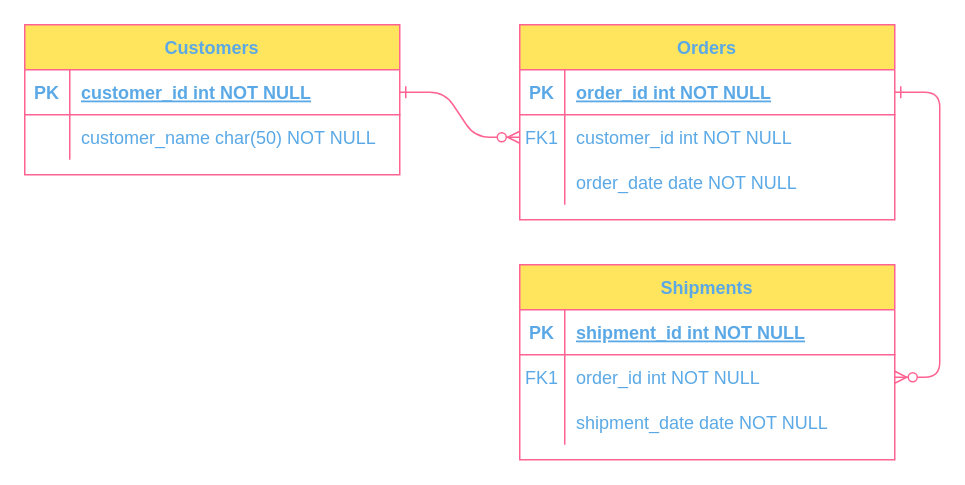
This is Untitled Diagram.drawio from Kumarabh/entity-relationships-diagram, a draw.io file, before an edit. Source tidied: cells renumbered, new cells numbered last; positions are measured from the earlier drawing's top-left corner, leaving out a move shared by most shapes. Both pictures are drawn from the tidied source at 150%, with x=0, y=0 at pixel (24, 24).
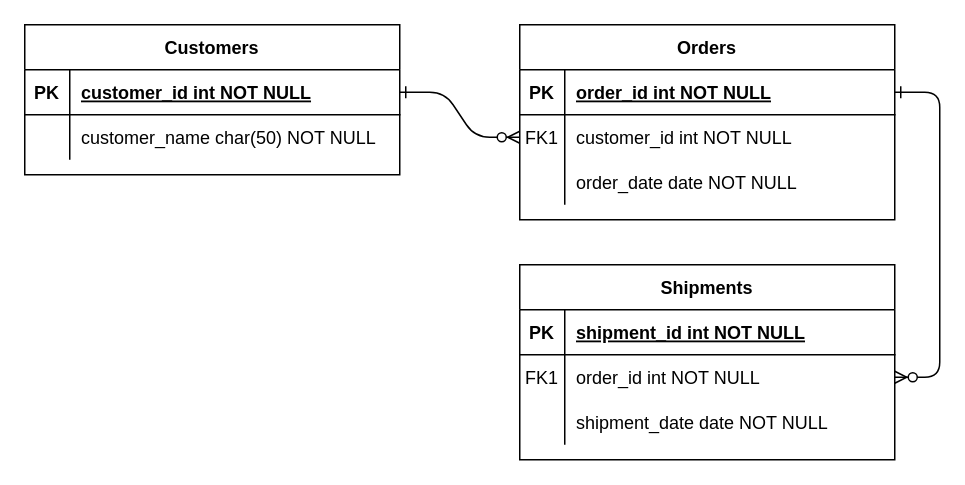
Above is the later version.

What changed in the source:
```diff
@@
-    <mxCell id="2" style="edgeStyle=entityRelationEdgeStyle;endArrow=ERzeroToMany;startArrow=ERone;endFill=1;startFill=0;labelBackgroundColor=none;strokeColor=#FF6392;fontColor=default;" parent="1" edge="1" source="25" target="8">
+    <mxCell id="2" style="edgeStyle=entityRelationEdgeStyle;endArrow=ERzeroToMany;startArrow=ERone;endFill=1;startFill=0;" parent="1" edge="1" source="25" target="8">
       <mxGeometry relative="1" as="geometry" />
     </mxCell>
-    <mxCell id="3" style="edgeStyle=entityRelationEdgeStyle;endArrow=ERzeroToMany;startArrow=ERone;endFill=1;startFill=0;labelBackgroundColor=none;strokeColor=#FF6392;fontColor=default;" parent="1" edge="1" source="5" target="18">
+    <mxCell id="3" style="edgeStyle=entityRelationEdgeStyle;endArrow=ERzeroToMany;startArrow=ERone;endFill=1;startFill=0;" parent="1" edge="1" source="5" target="18">
       <mxGeometry relative="1" as="geometry" />
     </mxCell>
-    <mxCell id="4" value="Orders" style="shape=table;startSize=30;childLayout=tableLayout;rowLines=0;fontStyle=1;align=center;labelBackgroundColor=none;fillColor=#FFE45E;strokeColor=#FF6392;fontColor=#5AA9E6;" parent="1" vertex="1">
+    <mxCell id="4" value="Orders" style="shape=table;startSize=30;childLayout=tableLayout;rowLines=0;fontStyle=1;align=center;" parent="1" vertex="1">
       <mxGeometry x="330" width="250" height="130" as="geometry" />
     </mxCell>
-    <mxCell id="5" style="shape=partialRectangle;fillColor=none;points=[[0,0.5],[1,0.5]];portConstraint=eastwest;top=0;left=0;right=0;bottom=1;labelBackgroundColor=none;strokeColor=#FF6392;fontColor=#5AA9E6;" parent="4" vertex="1">
+    <mxCell id="5" style="shape=partialRectangle;fillColor=none;points=[[0,0.5],[1,0.5]];portConstraint=eastwest;top=0;left=0;right=0;bottom=1;" parent="4" vertex="1">
       <mxGeometry y="30" width="250" height="30" as="geometry" />
     </mxCell>
-    <mxCell id="6" value="PK" style="shape=partialRectangle;overflow=hidden;fillColor=none;top=0;left=0;bottom=0;right=0;fontStyle=1;labelBackgroundColor=none;strokeColor=#FF6392;fontColor=#5AA9E6;" parent="5" vertex="1">
+    <mxCell id="6" value="PK" style="shape=partialRectangle;overflow=hidden;fillColor=none;top=0;left=0;bottom=0;right=0;fontStyle=1;" parent="5" vertex="1">
       <mxGeometry width="30" height="30" as="geometry" />
     </mxCell>
-    <mxCell id="7" value="order_id int NOT NULL " style="shape=partialRectangle;overflow=hidden;fillColor=none;top=0;left=0;bottom=0;right=0;align=left;spacingLeft=6;fontStyle=5;labelBackgroundColor=none;strokeColor=#FF6392;fontColor=#5AA9E6;" parent="5" vertex="1">
+    <mxCell id="7" value="order_id int NOT NULL " style="shape=partialRectangle;overflow=hidden;fillColor=none;top=0;left=0;bottom=0;right=0;align=left;spacingLeft=6;fontStyle=5;" parent="5" vertex="1">
       <mxGeometry x="30" width="220" height="30" as="geometry" />
     </mxCell>
-    <mxCell id="8" style="shape=partialRectangle;fillColor=none;points=[[0,0.5],[1,0.5]];portConstraint=eastwest;top=0;left=0;right=0;bottom=0;labelBackgroundColor=none;strokeColor=#FF6392;fontColor=#5AA9E6;" parent="4" vertex="1">
+    <mxCell id="8" style="shape=partialRectangle;fillColor=none;points=[[0,0.5],[1,0.5]];portConstraint=eastwest;top=0;left=0;right=0;bottom=0;" parent="4" vertex="1">
       <mxGeometry y="60" width="250" height="30" as="geometry" />
     </mxCell>
-    <mxCell id="9" value="FK1" style="shape=partialRectangle;overflow=hidden;fillColor=none;top=0;left=0;bottom=0;right=0;labelBackgroundColor=none;strokeColor=#FF6392;fontColor=#5AA9E6;" parent="8" vertex="1">
+    <mxCell id="9" value="FK1" style="shape=partialRectangle;overflow=hidden;fillColor=none;top=0;left=0;bottom=0;right=0;" parent="8" vertex="1">
       <mxGeometry width="30" height="30" as="geometry" />
     </mxCell>
-    <mxCell id="10" value="customer_id int NOT NULL" style="shape=partialRectangle;overflow=hidden;fillColor=none;top=0;left=0;bottom=0;right=0;align=left;spacingLeft=6;labelBackgroundColor=none;strokeColor=#FF6392;fontColor=#5AA9E6;" parent="8" vertex="1">
+    <mxCell id="10" value="customer_id int NOT NULL" style="shape=partialRectangle;overflow=hidden;fillColor=none;top=0;left=0;bottom=0;right=0;align=left;spacingLeft=6;" parent="8" vertex="1">
       <mxGeometry x="30" width="220" height="30" as="geometry" />
     </mxCell>
-    <mxCell id="11" style="shape=partialRectangle;fillColor=none;top=0;left=0;right=0;bottom=0;labelBackgroundColor=none;strokeColor=#FF6392;fontColor=#5AA9E6;" parent="4" vertex="1">
+    <mxCell id="11" style="shape=partialRectangle;fillColor=none;top=0;left=0;right=0;bottom=0;" parent="4" vertex="1">
       <mxGeometry y="90" width="250" height="30" as="geometry" />
     </mxCell>
-    <mxCell id="12" style="shape=partialRectangle;overflow=hidden;fillColor=none;top=0;left=0;bottom=0;right=0;labelBackgroundColor=none;strokeColor=#FF6392;fontColor=#5AA9E6;" parent="11" vertex="1">
+    <mxCell id="12" style="shape=partialRectangle;overflow=hidden;fillColor=none;top=0;left=0;bottom=0;right=0;" parent="11" vertex="1">
       <mxGeometry width="30" height="30" as="geometry" />
     </mxCell>
-    <mxCell id="13" value="order_date date NOT NULL" style="shape=partialRectangle;overflow=hidden;fillColor=none;top=0;left=0;bottom=0;right=0;align=left;spacingLeft=6;labelBackgroundColor=none;strokeColor=#FF6392;fontColor=#5AA9E6;" parent="11" vertex="1">
+    <mxCell id="13" value="order_date date NOT NULL" style="shape=partialRectangle;overflow=hidden;fillColor=none;top=0;left=0;bottom=0;right=0;align=left;spacingLeft=6;" parent="11" vertex="1">
       <mxGeometry x="30" width="220" height="30" as="geometry" />
     </mxCell>
-    <mxCell id="14" value="Shipments" style="shape=table;startSize=30;childLayout=tableLayout;rowLines=0;fontStyle=1;align=center;labelBackgroundColor=none;fillColor=#FFE45E;strokeColor=#FF6392;fontColor=#5AA9E6;" parent="1" vertex="1">
+    <mxCell id="14" value="Shipments" style="shape=table;startSize=30;childLayout=tableLayout;rowLines=0;fontStyle=1;align=center;" parent="1" vertex="1">
       <mxGeometry x="330" y="160" width="250" height="130" as="geometry" />
     </mxCell>
-    <mxCell id="15" style="shape=partialRectangle;fillColor=none;top=0;left=0;right=0;bottom=1;labelBackgroundColor=none;strokeColor=#FF6392;fontColor=#5AA9E6;" parent="14" vertex="1">
+    <mxCell id="15" style="shape=partialRectangle;fillColor=none;top=0;left=0;right=0;bottom=1;" parent="14" vertex="1">
       <mxGeometry y="30" width="250" height="30" as="geometry" />
     </mxCell>
-    <mxCell id="16" value="PK" style="shape=partialRectangle;overflow=hidden;fillColor=none;top=0;left=0;bottom=0;right=0;fontStyle=1;labelBackgroundColor=none;strokeColor=#FF6392;fontColor=#5AA9E6;" parent="15" vertex="1">
+    <mxCell id="16" value="PK" style="shape=partialRectangle;overflow=hidden;fillColor=none;top=0;left=0;bottom=0;right=0;fontStyle=1;" parent="15" vertex="1">
       <mxGeometry width="30" height="30" as="geometry" />
     </mxCell>
-    <mxCell id="17" value="shipment_id int NOT NULL " style="shape=partialRectangle;overflow=hidden;fillColor=none;top=0;left=0;bottom=0;right=0;align=left;spacingLeft=6;fontStyle=5;labelBackgroundColor=none;strokeColor=#FF6392;fontColor=#5AA9E6;" parent="15" vertex="1">
+    <mxCell id="17" value="shipment_id int NOT NULL " style="shape=partialRectangle;overflow=hidden;fillColor=none;top=0;left=0;bottom=0;right=0;align=left;spacingLeft=6;fontStyle=5;" parent="15" vertex="1">
       <mxGeometry x="30" width="220" height="30" as="geometry" />
     </mxCell>
-    <mxCell id="18" style="shape=partialRectangle;fillColor=none;points=[[0,0.5],[1,0.5]];portConstraint=eastwest;top=0;left=0;right=0;bottom=0;labelBackgroundColor=none;strokeColor=#FF6392;fontColor=#5AA9E6;" parent="14" vertex="1">
+    <mxCell id="18" style="shape=partialRectangle;fillColor=none;points=[[0,0.5],[1,0.5]];portConstraint=eastwest;top=0;left=0;right=0;bottom=0;" parent="14" vertex="1">
       <mxGeometry y="60" width="250" height="30" as="geometry" />
     </mxCell>
-    <mxCell id="19" value="FK1" style="shape=partialRectangle;overflow=hidden;fillColor=none;top=0;left=0;bottom=0;right=0;labelBackgroundColor=none;strokeColor=#FF6392;fontColor=#5AA9E6;" parent="18" vertex="1">
+    <mxCell id="19" value="FK1" style="shape=partialRectangle;overflow=hidden;fillColor=none;top=0;left=0;bottom=0;right=0;" parent="18" vertex="1">
       <mxGeometry width="30" height="30" as="geometry" />
     </mxCell>
-    <mxCell id="20" value="order_id int NOT NULL" style="shape=partialRectangle;overflow=hidden;fillColor=none;top=0;left=0;bottom=0;right=0;align=left;spacingLeft=6;labelBackgroundColor=none;strokeColor=#FF6392;fontColor=#5AA9E6;" parent="18" vertex="1">
+    <mxCell id="20" value="order_id int NOT NULL" style="shape=partialRectangle;overflow=hidden;fillColor=none;top=0;left=0;bottom=0;right=0;align=left;spacingLeft=6;" parent="18" vertex="1">
       <mxGeometry x="30" width="220" height="30" as="geometry" />
     </mxCell>
-    <mxCell id="21" style="shape=partialRectangle;fillColor=none;top=0;left=0;right=0;bottom=0;labelBackgroundColor=none;strokeColor=#FF6392;fontColor=#5AA9E6;" parent="14" vertex="1">
+    <mxCell id="21" style="shape=partialRectangle;fillColor=none;top=0;left=0;right=0;bottom=0;" parent="14" vertex="1">
       <mxGeometry y="90" width="250" height="30" as="geometry" />
     </mxCell>
-    <mxCell id="22" style="shape=partialRectangle;overflow=hidden;fillColor=none;top=0;left=0;bottom=0;right=0;labelBackgroundColor=none;strokeColor=#FF6392;fontColor=#5AA9E6;" parent="21" vertex="1">
+    <mxCell id="22" style="shape=partialRectangle;overflow=hidden;fillColor=none;top=0;left=0;bottom=0;right=0;" parent="21" vertex="1">
       <mxGeometry width="30" height="30" as="geometry" />
     </mxCell>
-    <mxCell id="23" value="shipment_date date NOT NULL" style="shape=partialRectangle;overflow=hidden;fillColor=none;top=0;left=0;bottom=0;right=0;align=left;spacingLeft=6;labelBackgroundColor=none;strokeColor=#FF6392;fontColor=#5AA9E6;" parent="21" vertex="1">
+    <mxCell id="23" value="shipment_date date NOT NULL" style="shape=partialRectangle;overflow=hidden;fillColor=none;top=0;left=0;bottom=0;right=0;align=left;spacingLeft=6;" parent="21" vertex="1">
       <mxGeometry x="30" width="220" height="30" as="geometry" />
     </mxCell>
-    <mxCell id="24" value="Customers" style="shape=table;startSize=30;childLayout=tableLayout;rowLines=0;fontStyle=1;align=center;labelBackgroundColor=none;fillColor=#FFE45E;strokeColor=#FF6392;fontColor=#5AA9E6;" parent="1" vertex="1">
+    <mxCell id="24" value="Customers" style="shape=table;startSize=30;childLayout=tableLayout;rowLines=0;fontStyle=1;align=center;" parent="1" vertex="1">
       <mxGeometry width="250" height="100" as="geometry" />
     </mxCell>
-    <mxCell id="25" style="shape=partialRectangle;fillColor=none;points=[[0,0.5],[1,0.5]];portConstraint=eastwest;top=0;left=0;right=0;bottom=1;labelBackgroundColor=none;strokeColor=#FF6392;fontColor=#5AA9E6;" parent="24" vertex="1">
+    <mxCell id="25" style="shape=partialRectangle;fillColor=none;points=[[0,0.5],[1,0.5]];portConstraint=eastwest;top=0;left=0;right=0;bottom=1;" parent="24" vertex="1">
       <mxGeometry y="30" width="250" height="30" as="geometry" />
     </mxCell>
-    <mxCell id="26" value="PK" style="shape=partialRectangle;overflow=hidden;fillColor=none;top=0;left=0;bottom=0;right=0;fontStyle=1;labelBackgroundColor=none;strokeColor=#FF6392;fontColor=#5AA9E6;" parent="25" vertex="1">
+    <mxCell id="26" value="PK" style="shape=partialRectangle;overflow=hidden;fillColor=none;top=0;left=0;bottom=0;right=0;fontStyle=1;" parent="25" vertex="1">
       <mxGeometry width="30" height="30" as="geometry" />
     </mxCell>
-    <mxCell id="27" value="customer_id int NOT NULL " style="shape=partialRectangle;overflow=hidden;fillColor=none;top=0;left=0;bottom=0;right=0;align=left;spacingLeft=6;fontStyle=5;labelBackgroundColor=none;strokeColor=#FF6392;fontColor=#5AA9E6;" parent="25" vertex="1">
+    <mxCell id="27" value="customer_id int NOT NULL " style="shape=partialRectangle;overflow=hidden;fillColor=none;top=0;left=0;bottom=0;right=0;align=left;spacingLeft=6;fontStyle=5;" parent="25" vertex="1">
       <mxGeometry x="30" width="220" height="30" as="geometry" />
     </mxCell>
-    <mxCell id="28" style="shape=partialRectangle;fillColor=none;top=0;left=0;right=0;bottom=0;labelBackgroundColor=none;strokeColor=#FF6392;fontColor=#5AA9E6;" parent="24" vertex="1">
+    <mxCell id="28" style="shape=partialRectangle;fillColor=none;top=0;left=0;right=0;bottom=0;" parent="24" vertex="1">
       <mxGeometry y="60" width="250" height="30" as="geometry" />
     </mxCell>
-    <mxCell id="29" style="shape=partialRectangle;overflow=hidden;fillColor=none;top=0;left=0;bottom=0;right=0;labelBackgroundColor=none;strokeColor=#FF6392;fontColor=#5AA9E6;" parent="28" vertex="1">
+    <mxCell id="29" style="shape=partialRectangle;overflow=hidden;fillColor=none;top=0;left=0;bottom=0;right=0;" parent="28" vertex="1">
       <mxGeometry width="30" height="30" as="geometry" />
     </mxCell>
-    <mxCell id="30" value="customer_name char(50) NOT NULL" style="shape=partialRectangle;overflow=hidden;fillColor=none;top=0;left=0;bottom=0;right=0;align=left;spacingLeft=6;labelBackgroundColor=none;strokeColor=#FF6392;fontColor=#5AA9E6;" parent="28" vertex="1">
+    <mxCell id="30" value="customer_name char(50) NOT NULL" style="shape=partialRectangle;overflow=hidden;fillColor=none;top=0;left=0;bottom=0;right=0;align=left;spacingLeft=6;" parent="28" vertex="1">
       <mxGeometry x="30" width="220" height="30" as="geometry" />
     </mxCell>
```
